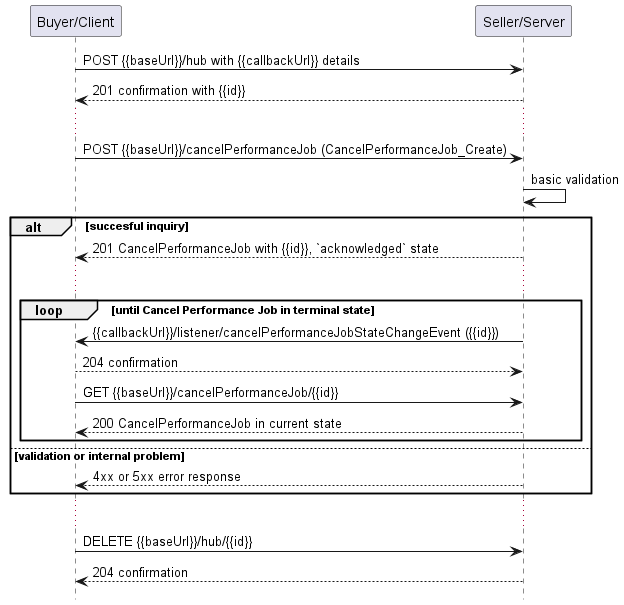
Before: documentation/serviceApi/pm/performance/media/useCase12Notification.png, a diagram exported from PlantUML (MEF-GIT/MEF-LSO-Legato-SDK).
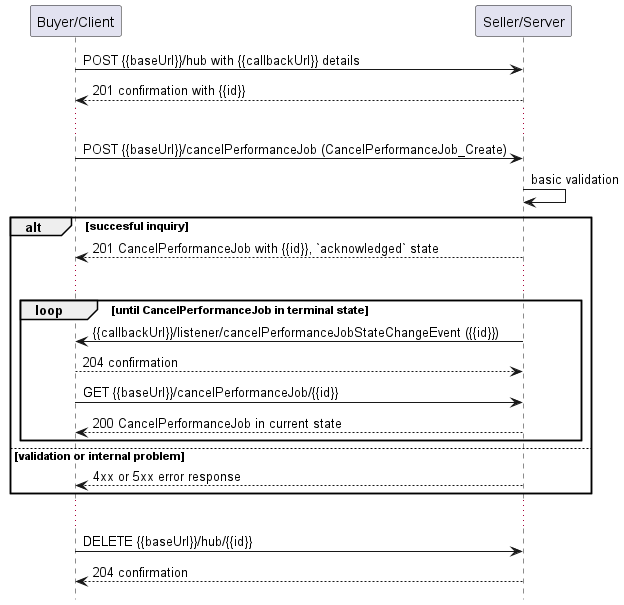
After the change.

Diff of the diagram source:
```diff
@@ -15,7 +15,7 @@
   S --> B: 201 CancelPerformanceJob with {{id}}, `acknowledged` state
   ...
 
-  group loop [until Cancel Performance Job in terminal state]
+  group loop [until CancelPerformanceJob in terminal state]
       S -> B: {{callbackUrl}}/listener/cancelPerformanceJobStateChangeEvent ({{id}})
       B --> S: 204 confirmation
       B -> S:   GET {{baseUrl}}/cancelPerformanceJob/{{id}}
```
